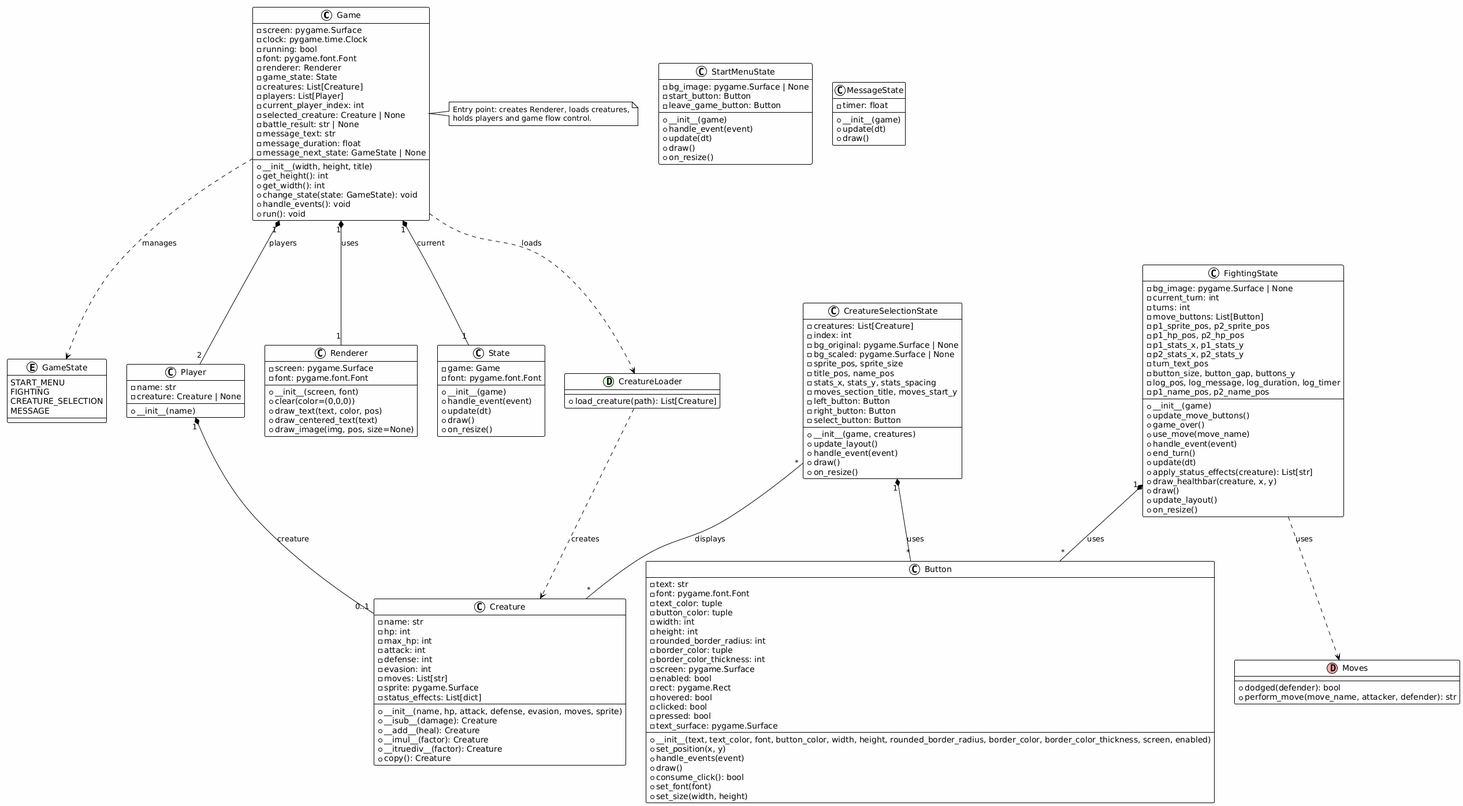
Before: UML.png, a diagram exported from PlantUML (TunaTheCanned/PythonPokemonTypeGameProject).
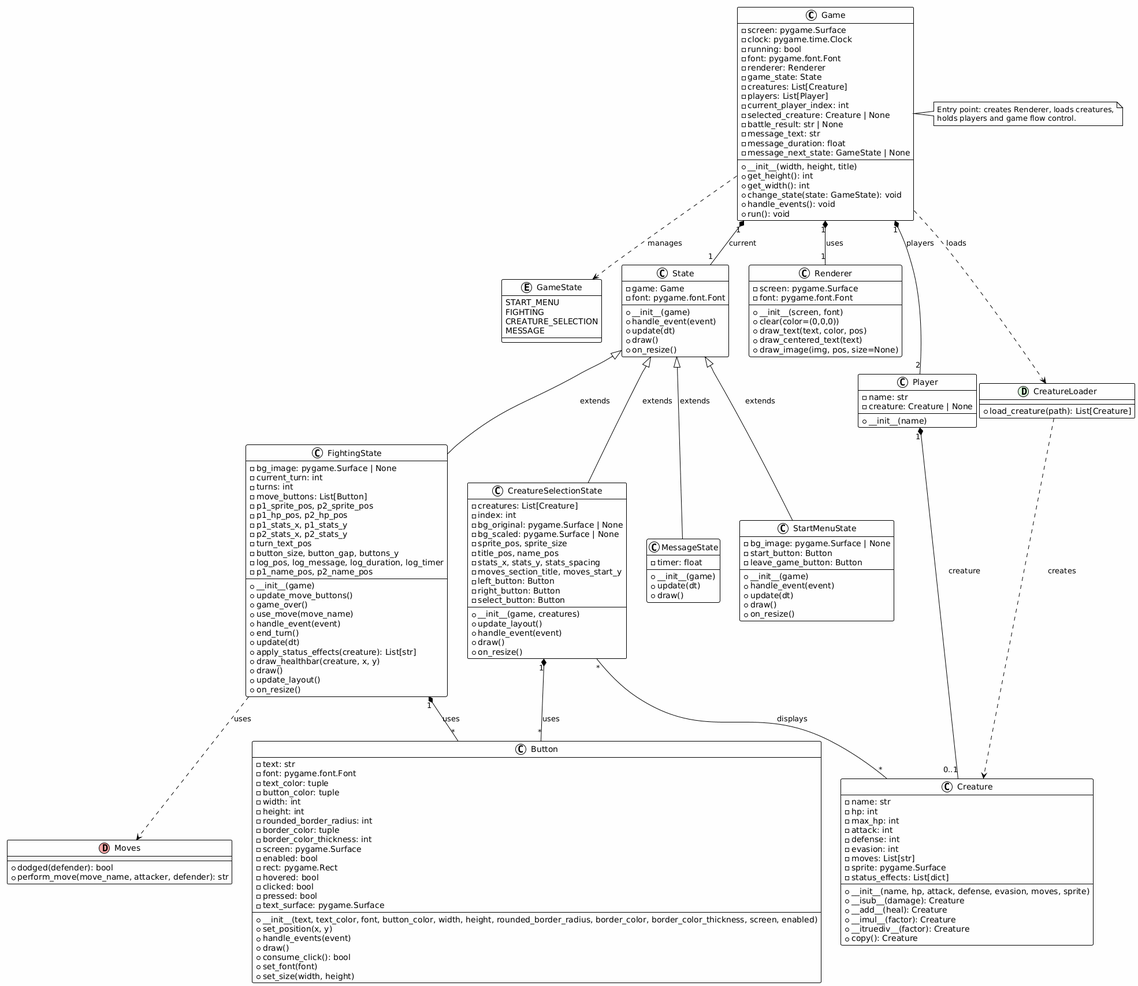
Later version of the same file.

What changed in the source:
```diff
@@ -186,6 +186,11 @@
     + load_creature(path): List[Creature]
 }
 
+State <|-- StartMenuState : extends
+State <|-- CreatureSelectionState : extends
+State <|-- FightingState : extends
+State <|-- MessageState : extends
+
 Game "1" *-- "1" Renderer : uses
 Game "1" *-- "1" State : current
 Game "1" *-- "2" Player : players
```
